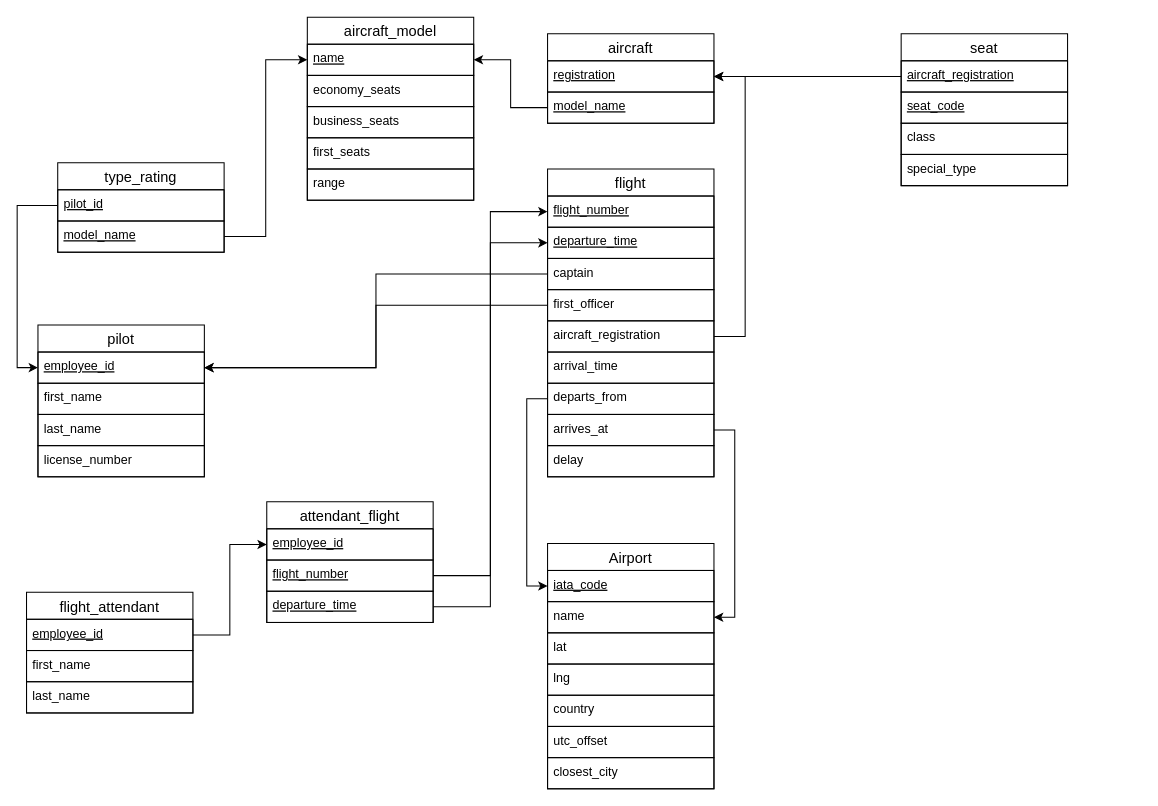
Above: Airline system relational database schema.drawio in lyulka/comp3278 (draw.io), before the change. Source tidied: cells renumbered, new cells numbered last; positions are measured from the earlier drawing's top-left corner, leaving out a move shared by most shapes. Both pictures are drawn from the tidied source at 104%, with x=0, y=0 at pixel (26, 17).
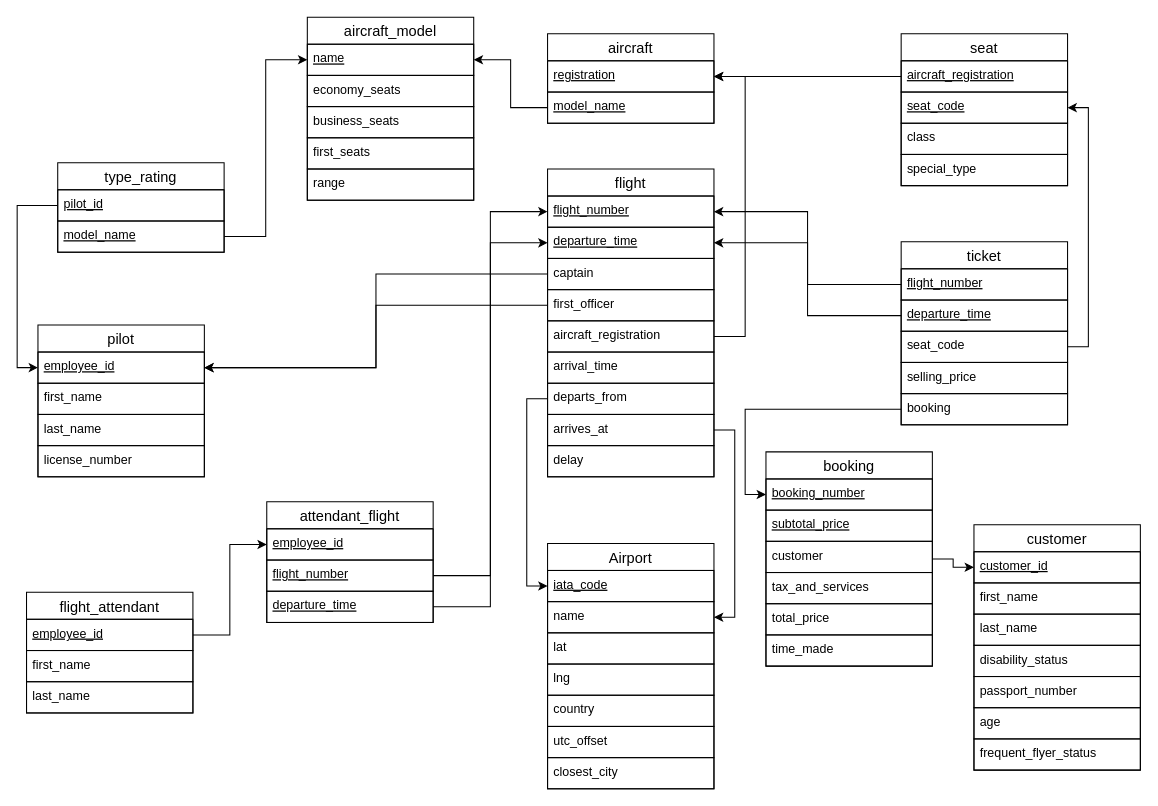
After the change.

Commit message:
Complete Project Relational Database

The change refers to these unchanged cells:
```xml
<mxCell id="36" value="flight_number" style="text;fillColor=none;spacingLeft=4;spacingRight=4;overflow=hidden;points=[[0,0.5],[1,0.5]];portConstraint=eastwest;fontSize=12;fontStyle=4;strokeColor=#000000;" parent="35" vertex="1">
  <mxGeometry y="26" width="160" height="30" as="geometry" />
</mxCell>
<mxCell id="37" value="departure_time" style="text;fillColor=none;spacingLeft=4;spacingRight=4;overflow=hidden;points=[[0,0.5],[1,0.5]];portConstraint=eastwest;fontSize=12;fontStyle=4;strokeColor=#000000;" parent="35" vertex="1">
  <mxGeometry y="56" width="160" height="30" as="geometry" />
</mxCell>
<mxCell id="58" value="seat_code" style="text;fillColor=none;spacingLeft=4;spacingRight=4;overflow=hidden;points=[[0,0.5],[1,0.5]];portConstraint=eastwest;fontSize=12;fontStyle=4;strokeColor=#000000;" parent="56" vertex="1">
  <mxGeometry y="56" width="160" height="30" as="geometry" />
</mxCell>
```

Change to the diagram source:
```diff
@@
+    <mxCell id="62" style="edgeStyle=orthogonalEdgeStyle;rounded=0;jettySize=auto;html=1;entryX=1;entryY=0.5;entryDx=0;entryDy=0;" parent="1" edge="1" source="65" target="36">
+      <mxGeometry relative="1" as="geometry" />
+    </mxCell>
+    <mxCell id="63" style="edgeStyle=orthogonalEdgeStyle;rounded=0;jettySize=auto;html=1;entryX=1;entryY=0.5;entryDx=0;entryDy=0;" parent="1" edge="1" source="66" target="37">
+      <mxGeometry relative="1" as="geometry" />
+    </mxCell>
+    <mxCell id="64" value="ticket" style="swimlane;fontStyle=0;horizontal=1;startSize=26;align=center;fontSize=14;" parent="1" vertex="1">
+      <mxGeometry x="841" y="216" width="160" height="176" as="geometry" />
+    </mxCell>
+    <mxCell id="65" value="flight_number" style="text;fillColor=none;spacingLeft=4;spacingRight=4;overflow=hidden;points=[[0,0.5],[1,0.5]];portConstraint=eastwest;fontSize=12;fontStyle=4;strokeColor=#000000;" parent="64" vertex="1">
+      <mxGeometry y="26" width="160" height="30" as="geometry" />
+    </mxCell>
+    <mxCell id="66" value="departure_time" style="text;fillColor=none;spacingLeft=4;spacingRight=4;overflow=hidden;points=[[0,0.5],[1,0.5]];portConstraint=eastwest;fontSize=12;fontStyle=4;strokeColor=#000000;" parent="64" vertex="1">
+      <mxGeometry y="56" width="160" height="30" as="geometry" />
+    </mxCell>
+    <mxCell id="67" value="seat_code" style="text;fillColor=none;spacingLeft=4;spacingRight=4;overflow=hidden;points=[[0,0.5],[1,0.5]];portConstraint=eastwest;fontSize=12;strokeColor=#000000;fontStyle=0;" parent="64" vertex="1">
+      <mxGeometry y="86" width="160" height="30" as="geometry" />
+    </mxCell>
+    <mxCell id="68" value="selling_price" style="text;fillColor=none;spacingLeft=4;spacingRight=4;overflow=hidden;fontSize=12;strokeColor=#000000;fontStyle=0;" parent="64" vertex="1">
+      <mxGeometry y="116" width="160" height="30" as="geometry" />
+    </mxCell>
+    <mxCell id="69" value="booking" style="text;fillColor=none;spacingLeft=4;spacingRight=4;overflow=hidden;points=[[0,0.5],[1,0.5]];portConstraint=eastwest;fontSize=12;strokeColor=#000000;fontStyle=0;" parent="64" vertex="1">
+      <mxGeometry y="146" width="160" height="30" as="geometry" />
+    </mxCell>
+    <mxCell id="70" style="edgeStyle=orthogonalEdgeStyle;rounded=0;jettySize=auto;html=1;entryX=1;entryY=0.5;entryDx=0;entryDy=0;" parent="1" edge="1" source="67" target="58">
+      <mxGeometry relative="1" as="geometry">
+        <Array as="points">
+          <mxPoint x="1021" y="317" />
+          <mxPoint x="1021" y="87" />
+        </Array>
+      </mxGeometry>
+    </mxCell>
+    <mxCell id="71" style="edgeStyle=orthogonalEdgeStyle;rounded=0;jettySize=auto;html=1;entryX=0;entryY=0.5;entryDx=0;entryDy=0;" parent="1" edge="1" source="69" target="74">
+      <mxGeometry relative="1" as="geometry" />
+    </mxCell>
+    <mxCell id="72" style="edgeStyle=orthogonalEdgeStyle;rounded=0;jettySize=auto;html=1;entryX=0;entryY=0.5;entryDx=0;entryDy=0;" parent="1" edge="1" source="73" target="81">
+      <mxGeometry relative="1" as="geometry" />
+    </mxCell>
+    <mxCell id="73" value="booking" style="swimlane;fontStyle=0;horizontal=1;startSize=26;align=center;fontSize=14;" parent="1" vertex="1">
+      <mxGeometry x="711" y="418" width="160" height="206" as="geometry" />
+    </mxCell>
+    <mxCell id="74" value="booking_number" style="text;fillColor=none;spacingLeft=4;spacingRight=4;overflow=hidden;points=[[0,0.5],[1,0.5]];portConstraint=eastwest;fontSize=12;fontStyle=4;strokeColor=#000000;" parent="73" vertex="1">
+      <mxGeometry y="26" width="160" height="30" as="geometry" />
+    </mxCell>
+    <mxCell id="75" value="subtotal_price" style="text;fillColor=none;spacingLeft=4;spacingRight=4;overflow=hidden;fontSize=12;fontStyle=4;strokeColor=#000000;" parent="73" vertex="1">
+      <mxGeometry y="56" width="160" height="30" as="geometry" />
+    </mxCell>
+    <mxCell id="76" value="customer" style="text;fillColor=none;spacingLeft=4;spacingRight=4;overflow=hidden;fontSize=12;strokeColor=#000000;fontStyle=0;" parent="73" vertex="1">
+      <mxGeometry y="86" width="160" height="30" as="geometry" />
+    </mxCell>
+    <mxCell id="77" value="tax_and_services" style="text;fillColor=none;spacingLeft=4;spacingRight=4;overflow=hidden;fontSize=12;strokeColor=#000000;fontStyle=0;" parent="73" vertex="1">
+      <mxGeometry y="116" width="160" height="30" as="geometry" />
+    </mxCell>
+    <mxCell id="78" value="total_price" style="text;fillColor=none;spacingLeft=4;spacingRight=4;overflow=hidden;fontSize=12;strokeColor=#000000;fontStyle=0;" parent="73" vertex="1">
+      <mxGeometry y="146" width="160" height="30" as="geometry" />
+    </mxCell>
+    <mxCell id="79" value="time_made" style="text;fillColor=none;spacingLeft=4;spacingRight=4;overflow=hidden;fontSize=12;strokeColor=#000000;fontStyle=0;" parent="73" vertex="1">
+      <mxGeometry y="176" width="160" height="30" as="geometry" />
+    </mxCell>
+    <mxCell id="80" value="customer" style="swimlane;fontStyle=0;horizontal=1;startSize=26;align=center;fontSize=14;" parent="1" vertex="1">
+      <mxGeometry x="911" y="488" width="160" height="236" as="geometry" />
+    </mxCell>
+    <mxCell id="81" value="customer_id" style="text;fillColor=none;spacingLeft=4;spacingRight=4;overflow=hidden;points=[[0,0.5],[1,0.5]];portConstraint=eastwest;fontSize=12;fontStyle=4;strokeColor=#000000;" parent="80" vertex="1">
+      <mxGeometry y="26" width="160" height="30" as="geometry" />
+    </mxCell>
+    <mxCell id="82" value="first_name" style="text;fillColor=none;spacingLeft=4;spacingRight=4;overflow=hidden;fontSize=12;fontStyle=0;strokeColor=#000000;" parent="80" vertex="1">
+      <mxGeometry y="56" width="160" height="30" as="geometry" />
+    </mxCell>
+    <mxCell id="83" value="last_name" style="text;fillColor=none;spacingLeft=4;spacingRight=4;overflow=hidden;fontSize=12;strokeColor=#000000;fontStyle=0;" parent="80" vertex="1">
+      <mxGeometry y="86" width="160" height="30" as="geometry" />
+    </mxCell>
+    <mxCell id="84" value="disability_status" style="text;fillColor=none;spacingLeft=4;spacingRight=4;overflow=hidden;fontSize=12;strokeColor=#000000;fontStyle=0;" parent="80" vertex="1">
+      <mxGeometry y="116" width="160" height="30" as="geometry" />
+    </mxCell>
+    <mxCell id="85" value="passport_number" style="text;fillColor=none;spacingLeft=4;spacingRight=4;overflow=hidden;fontSize=12;strokeColor=#000000;fontStyle=0;" parent="80" vertex="1">
+      <mxGeometry y="146" width="160" height="30" as="geometry" />
+    </mxCell>
+    <mxCell id="86" value="age" style="text;fillColor=none;spacingLeft=4;spacingRight=4;overflow=hidden;fontSize=12;strokeColor=#000000;fontStyle=0;" parent="80" vertex="1">
+      <mxGeometry y="176" width="160" height="30" as="geometry" />
+    </mxCell>
+    <mxCell id="87" value="frequent_flyer_status" style="text;fillColor=none;spacingLeft=4;spacingRight=4;overflow=hidden;fontSize=12;strokeColor=#000000;fontStyle=0;" parent="80" vertex="1">
+      <mxGeometry y="206" width="160" height="30" as="geometry" />
+    </mxCell>
```
